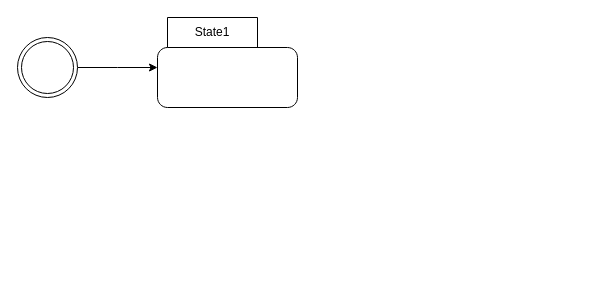
The draw.io diagram Untitled Diagram.drawio in Khun111/Practice, before the edit. Source tidied: cells renumbered, new cells numbered last; positions are measured from the earlier drawing's top-left corner, leaving out a move shared by most shapes. Both pictures are drawn from the tidied source at 100%, with x=0, y=0 at pixel (17, 17).
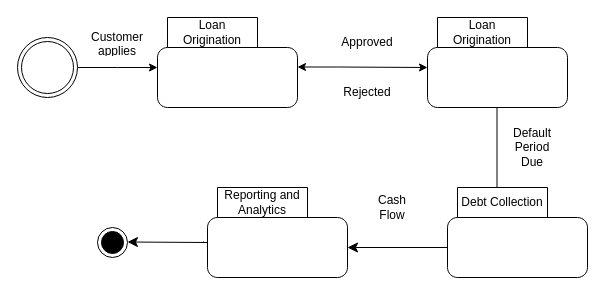
The same diagram, later.

Diff of the diagram source:
```diff
@@
-    <mxCell id="4" value="State1" style="shape=folder;align=center;verticalAlign=middle;fontStyle=0;tabWidth=100;tabHeight=30;tabPosition=left;html=1;boundedLbl=1;labelInHeader=1;rounded=1;absoluteArcSize=1;arcSize=10;whiteSpace=wrap;" parent="1" vertex="1">
+    <mxCell id="4" value="Loan Origination" style="shape=folder;align=center;verticalAlign=middle;fontStyle=0;tabWidth=100;tabHeight=30;tabPosition=left;html=1;boundedLbl=1;labelInHeader=1;rounded=1;absoluteArcSize=1;arcSize=10;whiteSpace=wrap;" parent="1" vertex="1">
       <mxGeometry x="140" width="140" height="90" as="geometry" />
     </mxCell>
+    <mxCell id="5" value="Customer&lt;br&gt;applies" style="text;html=1;strokeColor=none;fillColor=none;align=center;verticalAlign=middle;whiteSpace=wrap;overflow=hidden;" parent="1" vertex="1">
+      <mxGeometry x="60" y="10" width="80" height="30" as="geometry" />
+    </mxCell>
+    <mxCell id="6" value="Rejected" style="text;html=1;strokeColor=none;fillColor=none;align=center;verticalAlign=middle;whiteSpace=wrap;overflow=hidden;" parent="1" vertex="1">
+      <mxGeometry x="310" y="60" width="80" height="30" as="geometry" />
+    </mxCell>
+    <mxCell id="7" value="Approved" style="text;html=1;strokeColor=none;fillColor=none;align=center;verticalAlign=middle;whiteSpace=wrap;overflow=hidden;" parent="1" vertex="1">
+      <mxGeometry x="310" y="10" width="80" height="30" as="geometry" />
+    </mxCell>
+    <mxCell id="8" value="Default&lt;br&gt;Period&lt;br&gt;Due" style="text;html=1;strokeColor=none;fillColor=none;align=center;verticalAlign=middle;whiteSpace=wrap;overflow=hidden;" parent="1" vertex="1">
+      <mxGeometry x="490" y="100" width="50" height="60" as="geometry" />
+    </mxCell>
+    <mxCell id="9" value="Loan Origination" style="shape=folder;align=center;verticalAlign=middle;fontStyle=0;tabWidth=100;tabHeight=30;tabPosition=left;html=1;boundedLbl=1;labelInHeader=1;rounded=1;absoluteArcSize=1;arcSize=10;whiteSpace=wrap;" parent="1" vertex="1">
+      <mxGeometry x="410" width="140" height="90" as="geometry" />
+    </mxCell>
+    <mxCell id="10" style="endArrow=classic;startArrow=classic;html=1;rounded=0;" parent="1" edge="1">
+      <mxGeometry relative="1" as="geometry">
+        <mxPoint x="280" y="49.5" as="sourcePoint" />
+        <mxPoint x="410" y="50" as="targetPoint" />
+        <Array as="points">
+          <mxPoint x="320" y="49.5" />
+        </Array>
+      </mxGeometry>
+    </mxCell>
+    <mxCell id="11" style="edgeStyle=segmentEdgeStyle;endArrow=classic;html=1;curved=0;rounded=0;endSize=8;startSize=8;" parent="1" edge="1">
+      <mxGeometry relative="1" as="geometry">
+        <mxPoint x="479.5" y="90" as="sourcePoint" />
+        <mxPoint x="479.5" y="180" as="targetPoint" />
+      </mxGeometry>
+    </mxCell>
+    <mxCell id="12" value="Debt Collection" style="shape=folder;align=center;verticalAlign=middle;fontStyle=0;tabWidth=100;tabHeight=30;tabPosition=left;html=1;boundedLbl=1;labelInHeader=1;rounded=1;absoluteArcSize=1;arcSize=10;whiteSpace=wrap;" parent="1" vertex="1">
+      <mxGeometry x="430" y="170" width="140" height="90" as="geometry" />
+    </mxCell>
+    <mxCell id="13" value="Reporting and Analytics" style="shape=folder;align=center;verticalAlign=middle;fontStyle=0;tabWidth=100;tabHeight=30;tabPosition=left;html=1;boundedLbl=1;labelInHeader=1;rounded=1;absoluteArcSize=1;arcSize=10;whiteSpace=wrap;" parent="1" vertex="1">
+      <mxGeometry x="190" y="170" width="140" height="90" as="geometry" />
+    </mxCell>
+    <mxCell id="14" style="edgeStyle=segmentEdgeStyle;endArrow=classic;html=1;curved=0;rounded=0;endSize=8;startSize=8;" parent="1" edge="1">
+      <mxGeometry relative="1" as="geometry">
+        <mxPoint x="430" y="230" as="sourcePoint" />
+        <mxPoint x="330" y="230" as="targetPoint" />
+      </mxGeometry>
+    </mxCell>
+    <mxCell id="15" value="Cash&lt;br&gt;Flow" style="text;html=1;strokeColor=none;fillColor=none;align=center;verticalAlign=middle;whiteSpace=wrap;overflow=hidden;" parent="1" vertex="1">
+      <mxGeometry x="350" y="160" width="50" height="60" as="geometry" />
+    </mxCell>
+    <mxCell id="16" style="ellipse;html=1;shape=endState;fillColor=strokeColor;" parent="1" vertex="1">
+      <mxGeometry x="80" y="210" width="30" height="30" as="geometry" />
+    </mxCell>
+    <mxCell id="17" style="edgeStyle=segmentEdgeStyle;endArrow=classic;html=1;curved=0;rounded=0;endSize=8;startSize=8;exitX=-0.029;exitY=0.6;exitDx=0;exitDy=0;exitPerimeter=0;" parent="1" edge="1" source="13">
+      <mxGeometry relative="1" as="geometry">
+        <mxPoint x="110" y="224.5" as="targetPoint" />
+        <Array as="points">
+          <mxPoint x="186" y="225" />
+          <mxPoint x="190" y="225" />
+        </Array>
+      </mxGeometry>
+    </mxCell>
```
